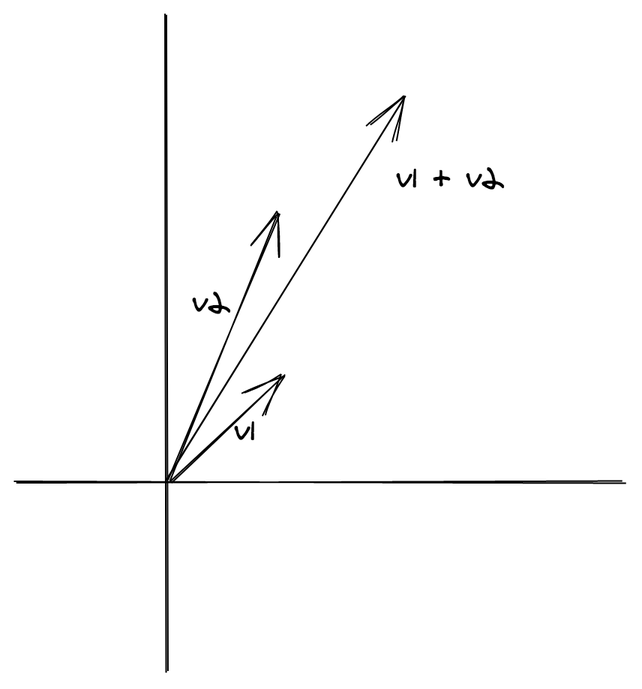
This is images/semigroupVector.png from enricopolanski/functional-programming, a Excalidraw export, as it was before one commit. Source tidied: one line per element, renumbered; positions are measured from the earlier drawing's top-left corner, leaving out a move shared by most shapes.
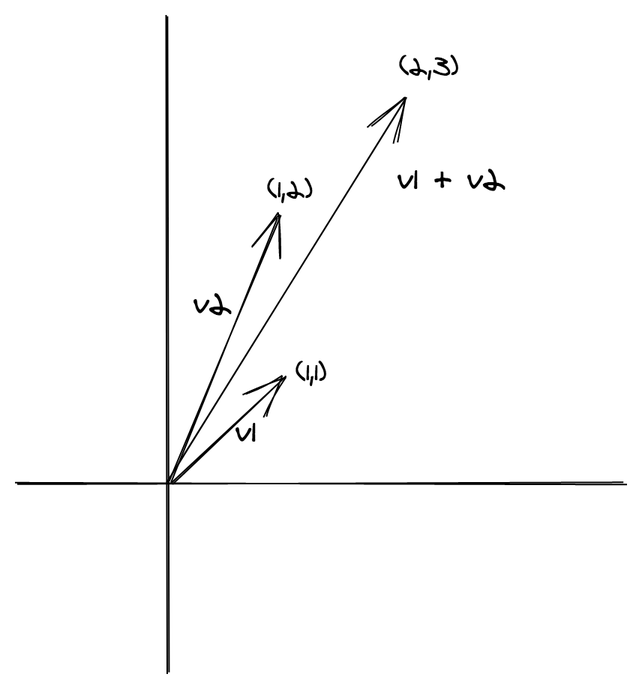
Later version of the same file.

Commit message:
aggiunte coordinate all'immagine per il semigruppo di Vector

Change to the diagram source:
```diff
@@ -1,8 +1,11 @@
 {"id": 0, "type": "line", "strokeColor": "#000000", "strokeWidth": 1, "roughness": 1, "x": 99, "y": 0, "width": 3, "height": 439, "points": [[0, 0], [3, 439]]}
 {"id": 1, "type": "line", "strokeColor": "#000000", "strokeWidth": 1, "roughness": 1, "x": 0, "y": 312, "width": 405, "height": 1, "points": [[0, 0], [405, -1]]}
-{"id": 2, "type": "arrow", "strokeColor": "#000000", "strokeWidth": 1, "roughness": 1, "endArrowhead": "arrow", "x": 103, "y": 311, "width": 77, "height": 71, "points": [[0, 0], [77, -71]]}
+{"id": 2, "type": "arrow", "strokeColor": "#000000", "strokeWidth": 1, "roughness": 1, "endArrowhead": "arrow", "to": 8, "x": 103, "y": 311, "width": 77, "height": 71, "points": [[0, 0], [77, -71]]}
-{"id": 3, "type": "arrow", "strokeColor": "#000000", "strokeWidth": 1, "roughness": 1, "endArrowhead": "arrow", "x": 102, "y": 310, "width": 72, "height": 176, "points": [[0, 0], [72, -176]]}
+{"id": 3, "type": "arrow", "strokeColor": "#000000", "strokeWidth": 1, "roughness": 1, "endArrowhead": "arrow", "to": 9, "x": 102, "y": 310, "width": 72, "height": 176, "points": [[0, 0], [72, -176]]}
-{"id": 4, "type": "arrow", "strokeColor": "#000000", "strokeWidth": 1, "roughness": 1, "endArrowhead": "arrow", "x": 101, "y": 310, "width": 158, "height": 255, "points": [[0, 0], [158, -255]]}
+{"id": 4, "type": "arrow", "strokeColor": "#000000", "strokeWidth": 1, "roughness": 1, "endArrowhead": "arrow", "to": 10, "x": 101, "y": 310, "width": 158, "height": 255, "points": [[0, 0], [158, -255]]}
 {"id": 5, "type": "text", "text": "v1", "strokeColor": "#000000", "strokeWidth": 1, "roughness": 1, "fontSize": 20, "fontFamily": 1, "x": 145, "y": 266, "width": 14, "height": 26}
 {"id": 6, "type": "text", "text": "v2", "strokeColor": "#000000", "strokeWidth": 1, "roughness": 1, "fontSize": 20, "fontFamily": 1, "x": 117, "y": 180, "width": 26, "height": 26}
 {"id": 7, "type": "text", "text": "v1 + v2", "strokeColor": "#000000", "strokeWidth": 1, "roughness": 1, "fontSize": 20, "fontFamily": 1, "x": 253, "y": 97, "width": 72, "height": 26}
+{"id": 8, "type": "text", "text": "(1,1)", "strokeColor": "#000000", "backgroundColor": "#868e96", "fillStyle": "hachure", "strokeWidth": 1, "roughness": 1, "fontSize": 16, "fontFamily": 1, "x": 185, "y": 228, "width": 21, "height": 21}
+{"id": 9, "type": "text", "text": "(1,2)", "strokeColor": "#000000", "backgroundColor": "#868e96", "fillStyle": "hachure", "strokeWidth": 1, "roughness": 1, "fontSize": 16, "fontFamily": 1, "x": 166, "y": 106, "width": 30, "height": 21}
+{"id": 10, "type": "text", "text": "(2,3)", "strokeColor": "#000000", "backgroundColor": "#868e96", "fillStyle": "hachure", "strokeWidth": 1, "roughness": 1, "fontSize": 16, "fontFamily": 1, "x": 254, "y": 24, "width": 39, "height": 21}
```
